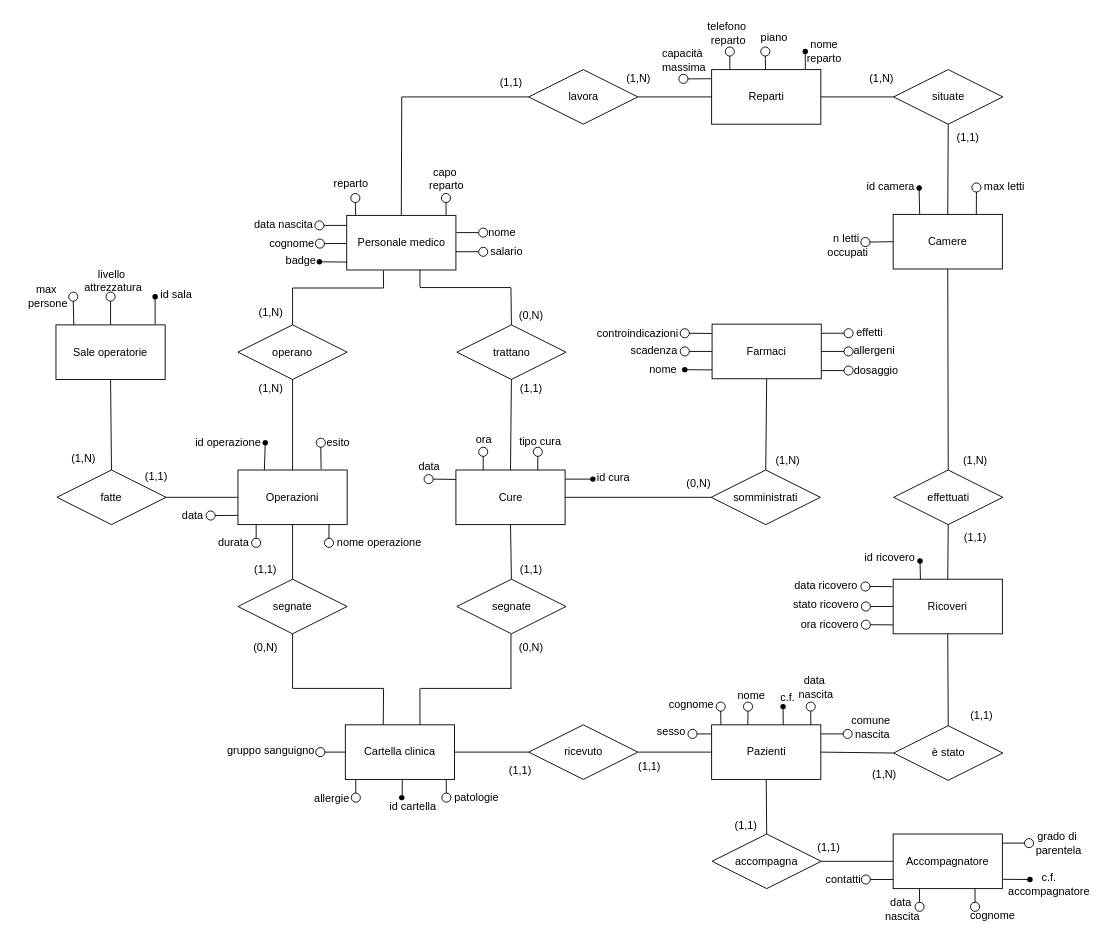
This is ER-ristru.drawio from MicheleDioli/UniPD-database-project-2024, a draw.io file, before an edit. Source tidied: cells renumbered, new cells numbered last; positions are measured from the earlier drawing's top-left corner, leaving out a move shared by most shapes. Both pictures are drawn from the tidied source at 91%, with x=0, y=0 at pixel (15, 15).
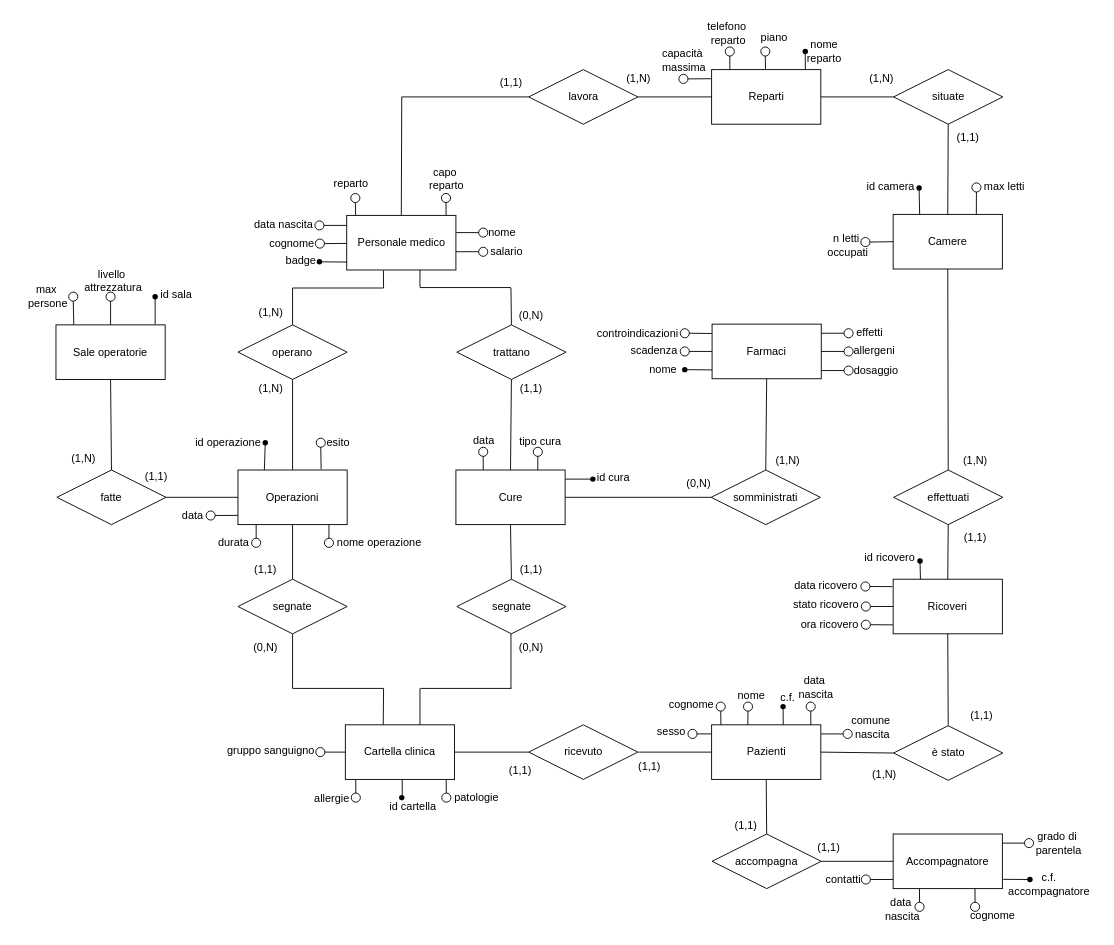
After the change.

Unchanged cells that the change refers to:
```xml
<mxCell id="96" value="Cure" style="rounded=0;whiteSpace=wrap;html=1;" parent="1" vertex="1">
  <mxGeometry x="483.5" y="500" width="120" height="60" as="geometry" />
</mxCell>
```

Change to the diagram source:
```diff
@@
-    <mxCell id="98" value="ora" style="text;html=1;align=center;verticalAlign=middle;strokeColor=none;fillColor=none;" parent="1" vertex="1">
-      <mxGeometry x="493.5" y="452" width="40" height="30" as="geometry" />
-    </mxCell>
@@
-    <mxCell id="137" style="ellipse;whiteSpace=wrap;html=1;" parent="1" vertex="1">
-      <mxGeometry x="448.5" y="505" width="10" height="10" as="geometry" />
-    </mxCell>
@@
     <mxCell id="144" value="data" style="text;html=1;align=center;verticalAlign=middle;strokeColor=none;fillColor=none;" parent="1" vertex="1">
-      <mxGeometry x="429" y="482" width="50" height="30" as="geometry" />
+      <mxGeometry x="488.5" y="453" width="50" height="30" as="geometry" />
     </mxCell>
@@
-    <mxCell id="175" style="endArrow=none;html=1;rounded=0;exitX=1;exitY=0.5;exitDx=0;exitDy=0;entryX=0.003;entryY=0.173;entryDx=0;entryDy=0;entryPerimeter=0;" parent="1" edge="1" source="137" target="96">
-      <mxGeometry relative="1" as="geometry" />
-    </mxCell>
```
